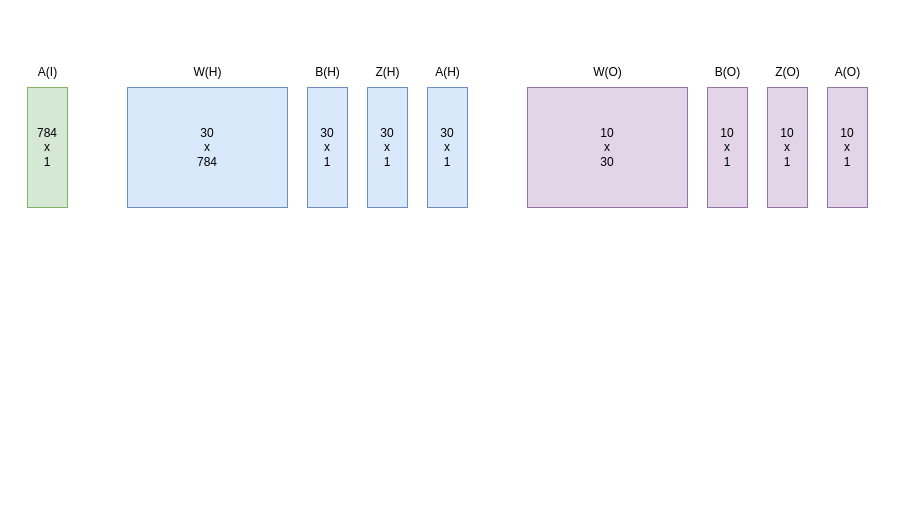
The draw.io diagram page "Page-4" (4 of 4) of ml/diagrams.drawio in js-lib-com/python, before the edit. Source tidied: cells renumbered, new cells numbered last; positions are measured from the earlier drawing's top-left corner, leaving out a move shared by most shapes. Both pictures are drawn from the tidied source at 100%, with x=0, y=0 at pixel (27, 57).
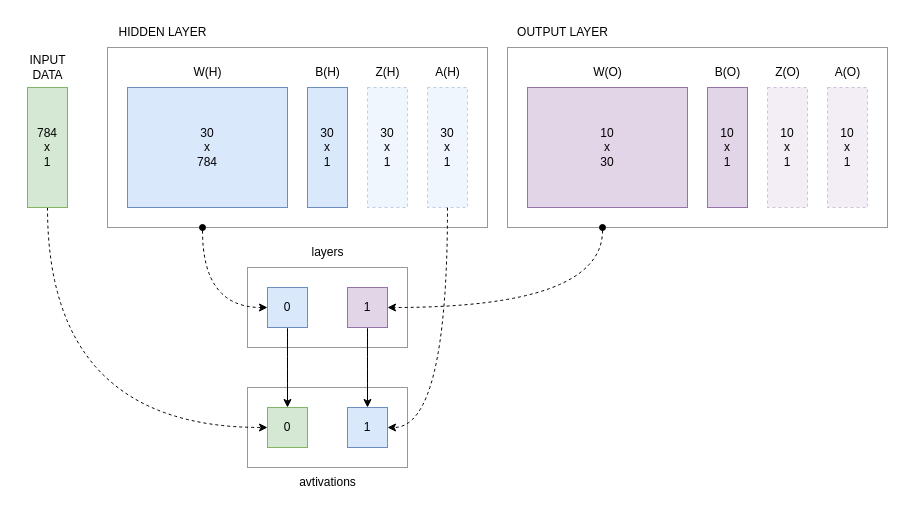
Above is the later version.

The change refers to these unchanged cells:
```xml
<mxCell id="10" value="784&lt;br&gt;x&lt;br&gt;1" style="rounded=0;whiteSpace=wrap;html=1;fillColor=#d5e8d4;strokeColor=#82b366;" parent="1" vertex="1">
  <mxGeometry y="30" width="40" height="120" as="geometry" />
</mxCell>
```

What changed in the source:
```diff
@@
+    <mxCell id="20" style="rounded=0;whiteSpace=wrap;html=1;opacity=40;" parent="1" vertex="1">
+      <mxGeometry x="480" y="-10" width="380" height="180" as="geometry" />
+    </mxCell>
+    <mxCell id="21" style="rounded=0;whiteSpace=wrap;html=1;opacity=40;" parent="1" vertex="1">
+      <mxGeometry x="80" y="-10" width="380" height="180" as="geometry" />
+    </mxCell>
+    <mxCell id="22" style="rounded=0;whiteSpace=wrap;html=1;opacity=40;" parent="1" vertex="1">
+      <mxGeometry x="220" y="210" width="160" height="80" as="geometry" />
+    </mxCell>
+    <mxCell id="23" style="rounded=0;whiteSpace=wrap;html=1;opacity=40;" parent="1" vertex="1">
+      <mxGeometry x="220" y="330" width="160" height="80" as="geometry" />
+    </mxCell>
+    <mxCell id="24" style="edgeStyle=orthogonalEdgeStyle;curved=1;rounded=0;jettySize=auto;html=1;exitX=0.25;exitY=1;exitDx=0;exitDy=0;entryX=0;entryY=0.5;entryDx=0;entryDy=0;dashed=1;startArrow=oval;startFill=1;" parent="1" edge="1" source="21" target="32">
+      <mxGeometry relative="1" as="geometry">
+        <Array as="points">
+          <mxPoint x="175" y="250" />
+        </Array>
+      </mxGeometry>
+    </mxCell>
@@
-    <mxCell id="4" value="30&lt;br&gt;x&lt;br&gt;1" style="rounded=0;whiteSpace=wrap;html=1;fillColor=#dae8fc;strokeColor=#6c8ebf;" parent="1" vertex="1">
+    <mxCell id="4" value="30&lt;br&gt;x&lt;br&gt;1" style="rounded=0;whiteSpace=wrap;html=1;fillColor=#dae8fc;strokeColor=#6c8ebf;opacity=40;dashed=1;" parent="1" vertex="1">
       <mxGeometry x="340" y="30" width="40" height="120" as="geometry" />
     </mxCell>
+    <mxCell id="25" style="edgeStyle=orthogonalEdgeStyle;rounded=0;jettySize=auto;html=1;exitX=0.5;exitY=1;exitDx=0;exitDy=0;curved=1;dashed=1;entryX=1;entryY=0.5;entryDx=0;entryDy=0;" parent="1" edge="1" source="5" target="29">
+      <mxGeometry relative="1" as="geometry" />
+    </mxCell>
-    <mxCell id="5" value="30&lt;br&gt;x&lt;br&gt;1" style="rounded=0;whiteSpace=wrap;html=1;fillColor=#dae8fc;strokeColor=#6c8ebf;" parent="1" vertex="1">
+    <mxCell id="5" value="30&lt;br&gt;x&lt;br&gt;1" style="rounded=0;whiteSpace=wrap;html=1;fillColor=#dae8fc;strokeColor=#6c8ebf;opacity=40;dashed=1;" parent="1" vertex="1">
       <mxGeometry x="400" y="30" width="40" height="120" as="geometry" />
     </mxCell>
@@
+    <mxCell id="26" style="edgeStyle=orthogonalEdgeStyle;curved=1;rounded=0;jettySize=auto;html=1;exitX=0.5;exitY=1;exitDx=0;exitDy=0;entryX=0;entryY=0.5;entryDx=0;entryDy=0;dashed=1;" parent="1" edge="1" source="10" target="28">
+      <mxGeometry relative="1" as="geometry" />
+    </mxCell>
@@
-    <mxCell id="11" value="A(I)" style="text;html=1;align=center;verticalAlign=middle;strokeColor=none;fillColor=none;" parent="1" vertex="1">
-      <mxGeometry width="40" height="30" as="geometry" />
-    </mxCell>
+    <mxCell id="27" style="edgeStyle=orthogonalEdgeStyle;curved=1;rounded=0;jettySize=auto;html=1;entryX=1;entryY=0.5;entryDx=0;entryDy=0;dashed=1;exitX=0.25;exitY=1;exitDx=0;exitDy=0;startArrow=oval;startFill=1;" parent="1" edge="1" source="20" target="34">
+      <mxGeometry relative="1" as="geometry" />
+    </mxCell>
@@
-    <mxCell id="14" value="10&lt;br&gt;x&lt;br&gt;1" style="rounded=0;whiteSpace=wrap;html=1;fillColor=#e1d5e7;strokeColor=#9673a6;" parent="1" vertex="1">
+    <mxCell id="14" value="10&lt;br&gt;x&lt;br&gt;1" style="rounded=0;whiteSpace=wrap;html=1;fillColor=#e1d5e7;strokeColor=#9673a6;opacity=40;dashed=1;" parent="1" vertex="1">
       <mxGeometry x="740" y="30" width="40" height="120" as="geometry" />
     </mxCell>
-    <mxCell id="15" value="10&lt;br&gt;x&lt;br&gt;1" style="rounded=0;whiteSpace=wrap;html=1;fillColor=#e1d5e7;strokeColor=#9673a6;" parent="1" vertex="1">
+    <mxCell id="15" value="10&lt;br&gt;x&lt;br&gt;1" style="rounded=0;whiteSpace=wrap;html=1;fillColor=#e1d5e7;strokeColor=#9673a6;opacity=40;dashed=1;" parent="1" vertex="1">
       <mxGeometry x="800" y="30" width="40" height="120" as="geometry" />
     </mxCell>
@@
+    <mxCell id="28" value="0" style="whiteSpace=wrap;html=1;fillColor=#d5e8d4;strokeColor=#82b366;" parent="1" vertex="1">
+      <mxGeometry x="240" y="350" width="40" height="40" as="geometry" />
+    </mxCell>
+    <mxCell id="29" value="1" style="whiteSpace=wrap;html=1;fillColor=#dae8fc;strokeColor=#6c8ebf;" parent="1" vertex="1">
+      <mxGeometry x="320" y="350" width="40" height="40" as="geometry" />
+    </mxCell>
+    <mxCell id="30" value="avtivations" style="text;html=1;align=center;verticalAlign=middle;strokeColor=none;fillColor=none;" parent="1" vertex="1">
+      <mxGeometry x="260" y="410" width="80" height="30" as="geometry" />
+    </mxCell>
+    <mxCell id="31" style="edgeStyle=orthogonalEdgeStyle;curved=1;rounded=0;jettySize=auto;html=1;" parent="1" edge="1" source="32" target="28">
+      <mxGeometry relative="1" as="geometry" />
+    </mxCell>
+    <mxCell id="32" value="0" style="whiteSpace=wrap;html=1;fillColor=#dae8fc;strokeColor=#6c8ebf;" parent="1" vertex="1">
+      <mxGeometry x="240" y="230" width="40" height="40" as="geometry" />
+    </mxCell>
+    <mxCell id="33" style="edgeStyle=orthogonalEdgeStyle;curved=1;rounded=0;jettySize=auto;html=1;" parent="1" edge="1" source="34" target="29">
+      <mxGeometry relative="1" as="geometry" />
+    </mxCell>
+    <mxCell id="34" value="1" style="whiteSpace=wrap;html=1;fillColor=#e1d5e7;strokeColor=#9673a6;" parent="1" vertex="1">
+      <mxGeometry x="320" y="230" width="40" height="40" as="geometry" />
+    </mxCell>
+    <mxCell id="35" value="layers" style="text;html=1;align=center;verticalAlign=middle;strokeColor=none;fillColor=none;" parent="1" vertex="1">
+      <mxGeometry x="270" y="180" width="60" height="30" as="geometry" />
+    </mxCell>
+    <mxCell id="36" value="INPUT&lt;br&gt;DATA" style="text;html=1;align=center;verticalAlign=middle;strokeColor=none;fillColor=none;" parent="1" vertex="1">
+      <mxGeometry x="-10" y="-10" width="60" height="40" as="geometry" />
+    </mxCell>
+    <mxCell id="37" value="HIDDEN LAYER" style="text;html=1;align=center;verticalAlign=middle;strokeColor=none;fillColor=none;" parent="1" vertex="1">
+      <mxGeometry x="80" y="-40" width="110" height="30" as="geometry" />
+    </mxCell>
+    <mxCell id="38" value="OUTPUT LAYER" style="text;html=1;align=center;verticalAlign=middle;strokeColor=none;fillColor=none;" parent="1" vertex="1">
+      <mxGeometry x="480" y="-40" width="110" height="30" as="geometry" />
+    </mxCell>
```
